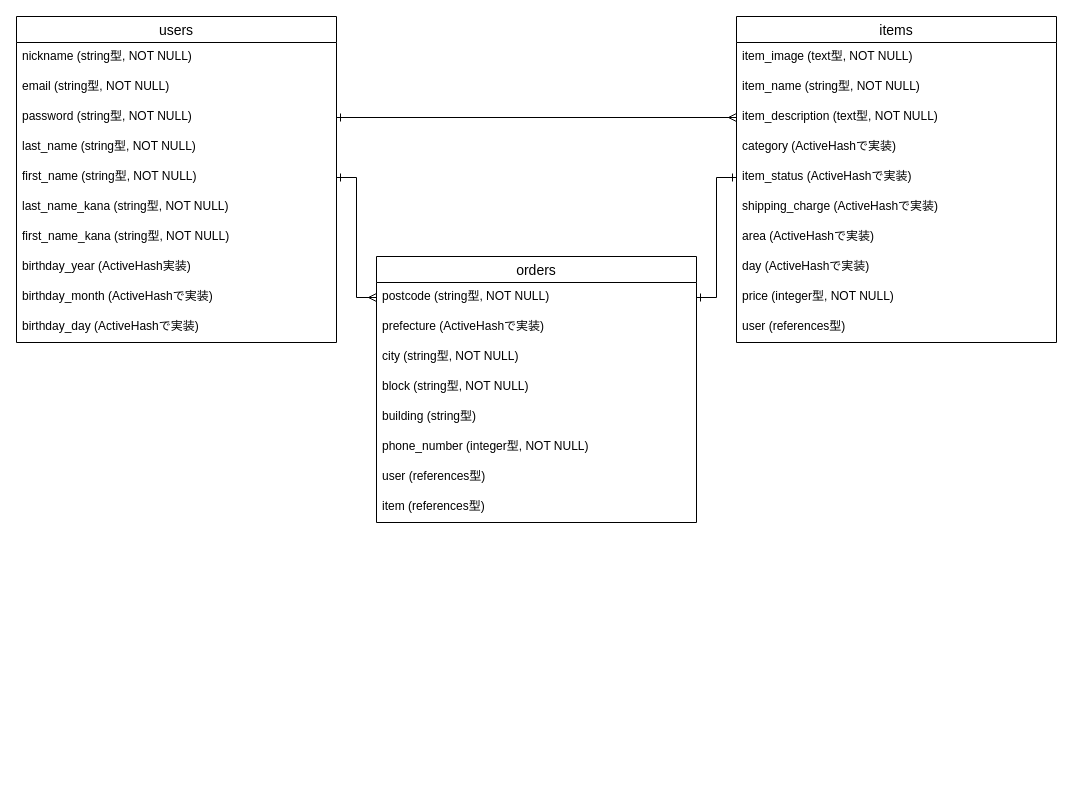
Above: ER.dio in ysk90526/furima-32872 (draw.io), before the change. Source tidied: cells renumbered, new cells numbered last; positions are measured from the earlier drawing's top-left corner, leaving out a move shared by most shapes. Both pictures are drawn from the tidied source at 100%, with x=0, y=0 at pixel (16, 16).
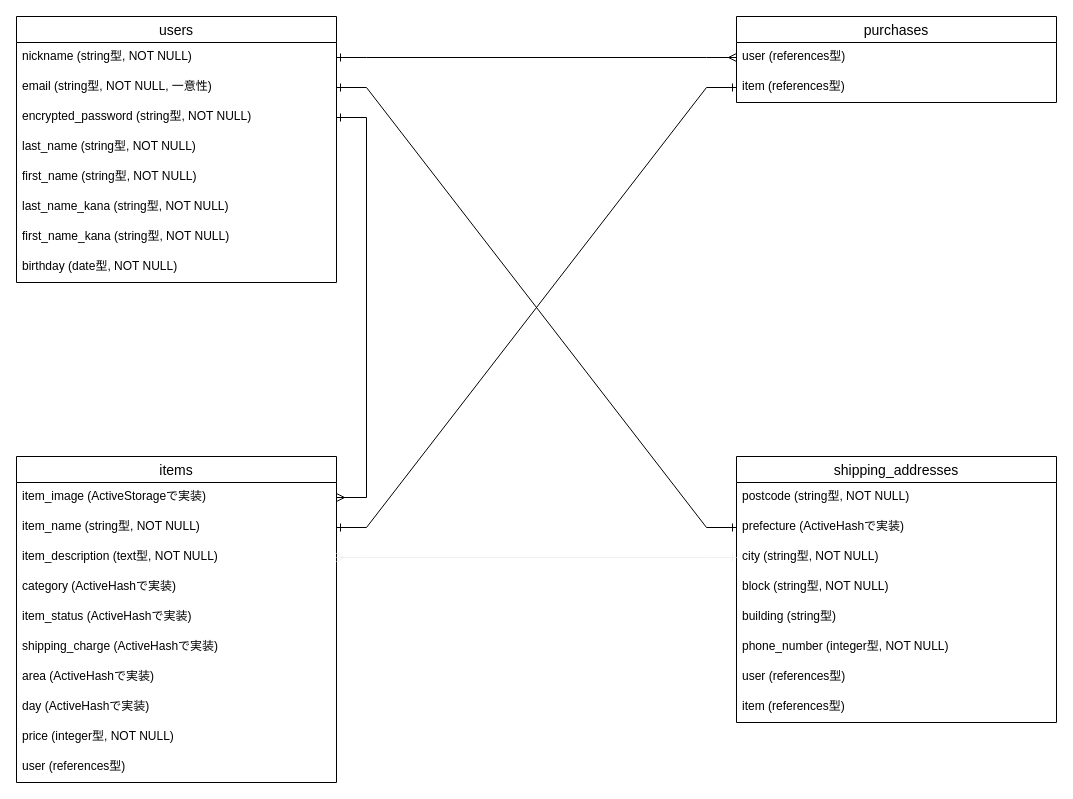
Above is the later version.

Commit message (it also covers changes not shown here):
ER図、テーブル設計を修正

The change refers to these unchanged cells:
```xml
<mxCell id="3" value="nickname (string型, NOT NULL)" style="text;strokeColor=none;fillColor=none;spacingLeft=4;spacingRight=4;overflow=hidden;points=[[0,0.5],[1,0.5]];portConstraint=eastwest;fontSize=12;" parent="2" vertex="1">
  <mxGeometry y="26" width="320" height="30" as="geometry" />
</mxCell>
<mxCell id="7" value="first_name (string型, NOT NULL)" style="text;strokeColor=none;fillColor=none;spacingLeft=4;spacingRight=4;overflow=hidden;points=[[0,0.5],[1,0.5]];portConstraint=eastwest;fontSize=12;" parent="2" vertex="1">
  <mxGeometry y="146" width="320" height="30" as="geometry" />
</mxCell>
<mxCell id="15" value="item_name (string型, NOT NULL)" style="text;strokeColor=none;fillColor=none;spacingLeft=4;spacingRight=4;overflow=hidden;points=[[0,0.5],[1,0.5]];portConstraint=eastwest;fontSize=12;" parent="13" vertex="1">
  <mxGeometry y="56" width="320" height="30" as="geometry" />
</mxCell>
<mxCell id="16" value="item_description (text型, NOT NULL)&#10;" style="text;strokeColor=none;fillColor=none;spacingLeft=4;spacingRight=4;overflow=hidden;points=[[0,0.5],[1,0.5]];portConstraint=eastwest;fontSize=12;" parent="13" vertex="1">
  <mxGeometry y="86" width="320" height="30" as="geometry" />
</mxCell>
<mxCell id="18" value="item_status (ActiveHashで実装)" style="text;strokeColor=none;fillColor=none;spacingLeft=4;spacingRight=4;overflow=hidden;points=[[0,0.5],[1,0.5]];portConstraint=eastwest;fontSize=12;" parent="13" vertex="1">
  <mxGeometry y="146" width="320" height="30" as="geometry" />
</mxCell>
<mxCell id="20" value="area (ActiveHashで実装)" style="text;strokeColor=none;fillColor=none;spacingLeft=4;spacingRight=4;overflow=hidden;points=[[0,0.5],[1,0.5]];portConstraint=eastwest;fontSize=12;" parent="13" vertex="1">
  <mxGeometry y="206" width="320" height="30" as="geometry" />
</mxCell>
<mxCell id="25" value="postcode (string型, NOT NULL)" style="text;strokeColor=none;fillColor=none;spacingLeft=4;spacingRight=4;overflow=hidden;points=[[0,0.5],[1,0.5]];portConstraint=eastwest;fontSize=12;" parent="24" vertex="1">
  <mxGeometry y="26" width="320" height="30" as="geometry" />
</mxCell>
<mxCell id="26" value="prefecture (ActiveHashで実装)" style="text;strokeColor=none;fillColor=none;spacingLeft=4;spacingRight=4;overflow=hidden;points=[[0,0.5],[1,0.5]];portConstraint=eastwest;fontSize=12;" parent="24" vertex="1">
  <mxGeometry y="56" width="320" height="30" as="geometry" />
</mxCell>
<mxCell id="27" value="city (string型, NOT NULL)" style="text;strokeColor=none;fillColor=none;spacingLeft=4;spacingRight=4;overflow=hidden;points=[[0,0.5],[1,0.5]];portConstraint=eastwest;fontSize=12;" parent="24" vertex="1">
  <mxGeometry y="86" width="320" height="30" as="geometry" />
</mxCell>
```

What changed in the source:
```diff
@@
     <mxCell id="2" value="users" style="swimlane;fontStyle=0;horizontal=1;startSize=26;align=center;fontSize=14;" parent="1" vertex="1">
-      <mxGeometry width="320" height="326" as="geometry" />
+      <mxGeometry width="320" height="266" as="geometry" />
     </mxCell>
@@
-    <mxCell id="4" value="email (string型, NOT NULL)" style="text;strokeColor=none;fillColor=none;spacingLeft=4;spacingRight=4;overflow=hidden;points=[[0,0.5],[1,0.5]];portConstraint=eastwest;fontSize=12;" parent="2" vertex="1">
+    <mxCell id="4" value="email (string型, NOT NULL, 一意性)" style="text;strokeColor=none;fillColor=none;spacingLeft=4;spacingRight=4;overflow=hidden;points=[[0,0.5],[1,0.5]];portConstraint=eastwest;fontSize=12;" parent="2" vertex="1">
       <mxGeometry y="56" width="320" height="30" as="geometry" />
     </mxCell>
-    <mxCell id="5" value="password (string型, NOT NULL)" style="text;strokeColor=none;fillColor=none;spacingLeft=4;spacingRight=4;overflow=hidden;points=[[0,0.5],[1,0.5]];portConstraint=eastwest;fontSize=12;" parent="2" vertex="1">
+    <mxCell id="5" value="encrypted_password (string型, NOT NULL)" style="text;strokeColor=none;fillColor=none;spacingLeft=4;spacingRight=4;overflow=hidden;points=[[0,0.5],[1,0.5]];portConstraint=eastwest;fontSize=12;" parent="2" vertex="1">
       <mxGeometry y="86" width="320" height="30" as="geometry" />
     </mxCell>
@@
-    <mxCell id="10" value="birthday_year (ActiveHash実装)" style="text;strokeColor=none;fillColor=none;spacingLeft=4;spacingRight=4;overflow=hidden;fontSize=12;" parent="2" vertex="1">
+    <mxCell id="10" value="birthday (date型, NOT NULL)" style="text;strokeColor=none;fillColor=none;spacingLeft=4;spacingRight=4;overflow=hidden;fontSize=12;" parent="2" vertex="1">
       <mxGeometry y="236" width="320" height="30" as="geometry" />
     </mxCell>
-    <mxCell id="11" value="birthday_month (ActiveHashで実装)" style="text;strokeColor=none;fillColor=none;spacingLeft=4;spacingRight=4;overflow=hidden;fontSize=12;" parent="2" vertex="1">
-      <mxGeometry y="266" width="320" height="30" as="geometry" />
-    </mxCell>
-    <mxCell id="12" value="birthday_day (ActiveHashで実装)" style="text;strokeColor=none;fillColor=none;spacingLeft=4;spacingRight=4;overflow=hidden;fontSize=12;" parent="2" vertex="1">
-      <mxGeometry y="296" width="320" height="30" as="geometry" />
-    </mxCell>
     <mxCell id="13" value="items" style="swimlane;fontStyle=0;horizontal=1;startSize=26;align=center;fontSize=14;" parent="1" vertex="1">
-      <mxGeometry x="720" width="320" height="326" as="geometry" />
+      <mxGeometry y="440" width="320" height="326" as="geometry" />
     </mxCell>
-    <mxCell id="14" value="item_image (text型, NOT NULL)" style="text;strokeColor=none;fillColor=none;spacingLeft=4;spacingRight=4;overflow=hidden;points=[[0,0.5],[1,0.5]];portConstraint=eastwest;fontSize=12;" parent="13" vertex="1">
+    <mxCell id="14" value="item_image (ActiveStorageで実装)" style="text;strokeColor=none;fillColor=none;spacingLeft=4;spacingRight=4;overflow=hidden;points=[[0,0.5],[1,0.5]];portConstraint=eastwest;fontSize=12;" parent="13" vertex="1">
       <mxGeometry y="26" width="320" height="30" as="geometry" />
     </mxCell>
@@
-    <mxCell id="24" value="orders" style="swimlane;fontStyle=0;horizontal=1;startSize=26;align=center;fontSize=14;" parent="1" vertex="1">
-      <mxGeometry x="360" y="240" width="320" height="266" as="geometry" />
+    <mxCell id="24" value="shipping_addresses" style="swimlane;fontStyle=0;horizontal=1;startSize=26;align=center;fontSize=14;" parent="1" vertex="1">
+      <mxGeometry x="720" y="440" width="320" height="266" as="geometry" />
     </mxCell>
@@
-    <mxCell id="33" style="edgeStyle=orthogonalEdgeStyle;rounded=0;jettySize=auto;html=1;exitX=0;exitY=0.5;exitDx=0;exitDy=0;entryX=1;entryY=0.5;entryDx=0;entryDy=0;startArrow=ERone;startFill=0;endArrow=ERone;endFill=0;" parent="1" edge="1" source="18" target="25">
-      <mxGeometry relative="1" as="geometry" />
-    </mxCell>
-    <mxCell id="34" style="edgeStyle=orthogonalEdgeStyle;rounded=0;jettySize=auto;html=1;exitX=1;exitY=0.5;exitDx=0;exitDy=0;entryX=0;entryY=0.5;entryDx=0;entryDy=0;startArrow=ERone;startFill=0;endArrow=ERmany;endFill=0;" parent="1" edge="1" source="7" target="25">
-      <mxGeometry relative="1" as="geometry" />
-    </mxCell>
-    <mxCell id="35" style="edgeStyle=orthogonalEdgeStyle;rounded=0;jettySize=auto;html=1;exitX=1;exitY=0.5;exitDx=0;exitDy=0;entryX=0;entryY=0.5;entryDx=0;entryDy=0;startArrow=ERone;startFill=0;endArrow=ERmany;endFill=0;" parent="1" edge="1" source="5" target="16">
+    <mxCell id="35" style="edgeStyle=entityRelationEdgeStyle;rounded=0;jettySize=auto;html=1;exitX=1;exitY=0.5;exitDx=0;exitDy=0;entryX=1;entryY=0.5;entryDx=0;entryDy=0;startArrow=ERone;startFill=0;endArrow=ERmany;endFill=0;" parent="1" edge="1" source="5" target="14">
       <mxGeometry relative="1" as="geometry" />
     </mxCell>
+    <mxCell id="36" value="purchases" style="swimlane;fontStyle=0;horizontal=1;startSize=26;align=center;fontSize=14;" parent="1" vertex="1">
+      <mxGeometry x="720" width="320" height="86" as="geometry" />
+    </mxCell>
+    <mxCell id="37" value="user (references型)" style="text;strokeColor=none;fillColor=none;spacingLeft=4;spacingRight=4;overflow=hidden;points=[[0,0.5],[1,0.5]];portConstraint=eastwest;fontSize=12;" parent="36" vertex="1">
+      <mxGeometry y="26" width="320" height="30" as="geometry" />
+    </mxCell>
+    <mxCell id="38" value="item (references型)" style="text;strokeColor=none;fillColor=none;spacingLeft=4;spacingRight=4;overflow=hidden;points=[[0,0.5],[1,0.5]];portConstraint=eastwest;fontSize=12;" parent="36" vertex="1">
+      <mxGeometry y="56" width="320" height="30" as="geometry" />
+    </mxCell>
+    <mxCell id="39" style="edgeStyle=entityRelationEdgeStyle;rounded=0;jettySize=auto;html=1;exitX=1;exitY=0.5;exitDx=0;exitDy=0;entryX=0;entryY=0.5;entryDx=0;entryDy=0;startArrow=ERone;startFill=0;endArrow=ERone;endFill=0;" parent="1" edge="1" source="4" target="26">
+      <mxGeometry relative="1" as="geometry" />
+    </mxCell>
+    <mxCell id="40" style="edgeStyle=entityRelationEdgeStyle;rounded=0;jettySize=auto;html=1;exitX=1;exitY=0.5;exitDx=0;exitDy=0;entryX=0;entryY=0.5;entryDx=0;entryDy=0;startArrow=ERone;startFill=0;endArrow=ERone;endFill=0;" parent="1" edge="1" source="15" target="38">
+      <mxGeometry relative="1" as="geometry" />
+    </mxCell>
+    <mxCell id="41" style="edgeStyle=entityRelationEdgeStyle;rounded=0;jettySize=auto;html=1;exitX=1;exitY=0.5;exitDx=0;exitDy=0;entryX=0;entryY=0.5;entryDx=0;entryDy=0;startArrow=ERone;startFill=0;endArrow=ERmany;endFill=0;" parent="1" edge="1" source="3" target="37">
+      <mxGeometry relative="1" as="geometry" />
+    </mxCell>
+    <mxCell id="42" style="edgeStyle=entityRelationEdgeStyle;rounded=0;jettySize=auto;html=1;exitX=0;exitY=0.5;exitDx=0;exitDy=0;entryX=0;entryY=0.5;entryDx=0;entryDy=0;startArrow=ERone;startFill=0;startSize=6;endArrow=ERmany;endFill=0;strokeColor=none;" parent="1" edge="1" source="20" target="26">
+      <mxGeometry relative="1" as="geometry" />
+    </mxCell>
+    <mxCell id="43" style="edgeStyle=entityRelationEdgeStyle;rounded=0;jettySize=auto;html=1;exitX=0;exitY=0.5;exitDx=0;exitDy=0;entryX=1;entryY=0.5;entryDx=0;entryDy=0;startArrow=ERone;startFill=0;startSize=6;endArrow=ERmany;endFill=0;strokeColor=#f0f0f0;" parent="1" edge="1" source="27" target="16">
+      <mxGeometry relative="1" as="geometry" />
+    </mxCell>
```
